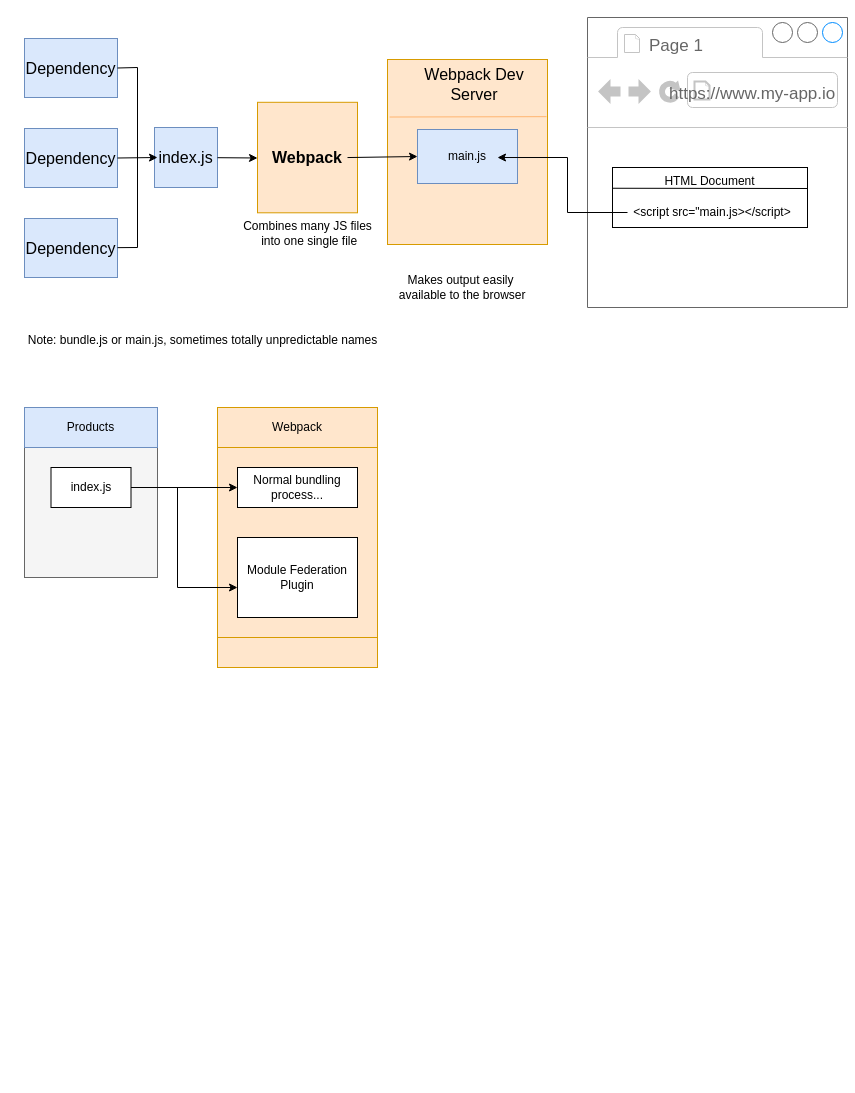
The draw.io diagram page "Webpack" (2 of 3) of ui/micro/integration/Frontend-Integration.drawio in afflato/system, before the edit. Source tidied: cells renumbered, new cells numbered last; positions are measured from the earlier drawing's top-left corner, leaving out a move shared by most shapes. Both pictures are drawn from the tidied source at 100%, with x=0, y=0 at pixel (17, 17).
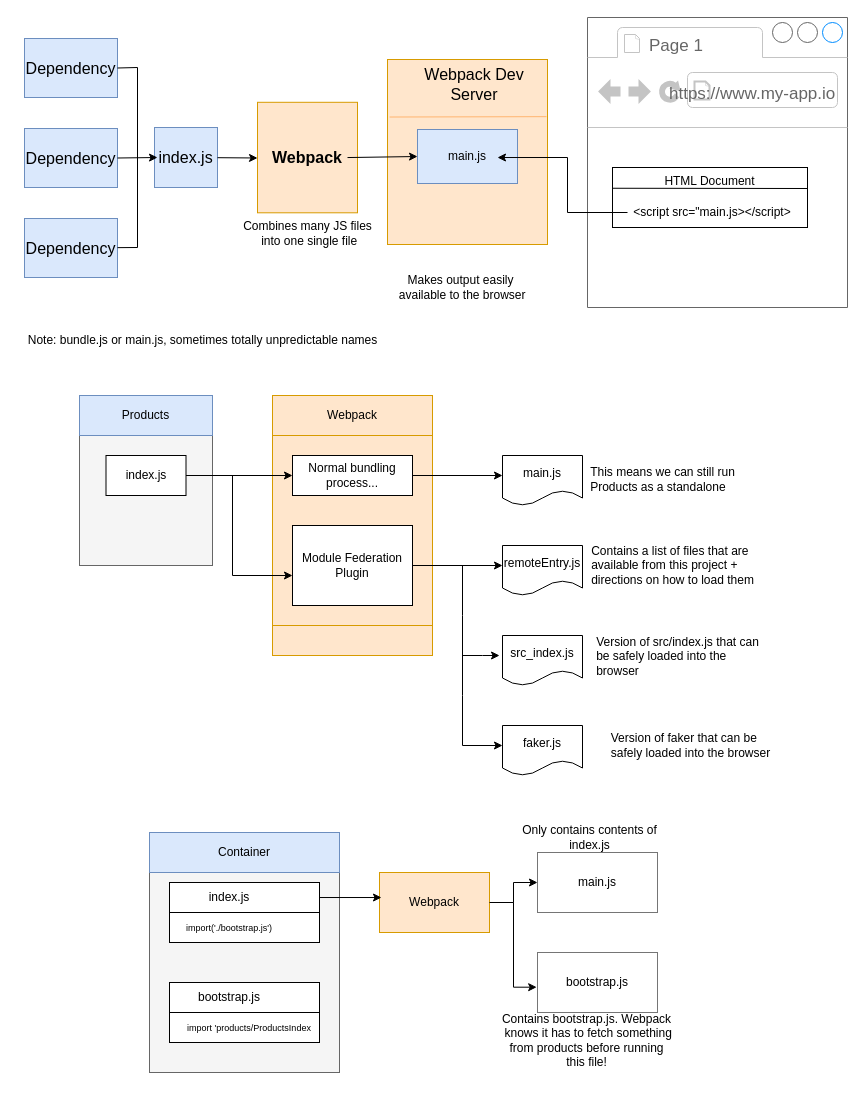
Above is the later version.

Unchanged cells that the change refers to:
```xml
<mxCell id="28" value="index.js" style="rounded=0;whiteSpace=wrap;html=1;" parent="25" vertex="1">
  <mxGeometry x="26.5" y="60" width="80" height="40" as="geometry" />
</mxCell>
```

Change to the diagram source:
```diff
@@
     <mxCell id="25" style="group;" parent="1" vertex="1">
-      <mxGeometry x="7" y="390" width="133" height="170" as="geometry" />
+      <mxGeometry x="62" y="378" width="133" height="170" as="geometry" />
     </mxCell>
@@
     <mxCell id="29" style="group;fillColor=#ffe6cc;strokeColor=#d79b00;" parent="1" vertex="1">
-      <mxGeometry x="200" y="390" width="160" height="260" as="geometry" />
+      <mxGeometry x="255" y="378" width="160" height="260" as="geometry" />
     </mxCell>
     <mxCell id="30" style="rounded=0;whiteSpace=wrap;html=1;fillColor=#ffe6cc;strokeColor=#d79b00;" parent="1" vertex="1">
-      <mxGeometry x="200" y="390" width="160" height="230" as="geometry" />
+      <mxGeometry x="255" y="378" width="160" height="230" as="geometry" />
     </mxCell>
     <mxCell id="31" value="Webpack" style="rounded=0;whiteSpace=wrap;html=1;fillColor=#ffe6cc;strokeColor=#d79b00;" parent="1" vertex="1">
-      <mxGeometry x="200" y="390" width="160" height="40" as="geometry" />
+      <mxGeometry x="255" y="378" width="160" height="40" as="geometry" />
     </mxCell>
     <mxCell id="32" value="Normal bundling process..." style="rounded=0;whiteSpace=wrap;html=1;" parent="1" vertex="1">
-      <mxGeometry x="220" y="450" width="120" height="40" as="geometry" />
+      <mxGeometry x="275" y="438" width="120" height="40" as="geometry" />
     </mxCell>
     <mxCell id="33" value="Module Federation Plugin" style="rounded=0;whiteSpace=wrap;html=1;" parent="1" vertex="1">
-      <mxGeometry x="220" y="520" width="120" height="80" as="geometry" />
+      <mxGeometry x="275" y="508" width="120" height="80" as="geometry" />
     </mxCell>
     <mxCell id="34" style="endArrow=classic;html=1;rounded=0;exitX=1;exitY=0.5;exitDx=0;exitDy=0;" parent="1" edge="1" source="28">
       <mxGeometry relative="1" as="geometry">
-        <mxPoint x="220" y="470" as="targetPoint" />
+        <mxPoint x="275" y="458" as="targetPoint" />
       </mxGeometry>
     </mxCell>
     <mxCell id="35" style="endArrow=classic;html=1;rounded=0;" parent="1" edge="1">
       <mxGeometry relative="1" as="geometry">
-        <mxPoint x="160" y="470" as="sourcePoint" />
-        <mxPoint x="220" y="570" as="targetPoint" />
+        <mxPoint x="215" y="458" as="sourcePoint" />
+        <mxPoint x="275" y="558" as="targetPoint" />
         <Array as="points">
-          <mxPoint x="160" y="570" />
+          <mxPoint x="215" y="558" />
         </Array>
       </mxGeometry>
     </mxCell>
+    <mxCell id="36" value="main.js" style="shape=document;whiteSpace=wrap;html=1;boundedLbl=1;" parent="1" vertex="1">
+      <mxGeometry x="485" y="438" width="80" height="50" as="geometry" />
+    </mxCell>
+    <mxCell id="37" value="remoteEntry.js" style="shape=document;whiteSpace=wrap;html=1;boundedLbl=1;" parent="1" vertex="1">
+      <mxGeometry x="485" y="528" width="80" height="50" as="geometry" />
+    </mxCell>
+    <mxCell id="38" value="src_index.js" style="shape=document;whiteSpace=wrap;html=1;boundedLbl=1;" parent="1" vertex="1">
+      <mxGeometry x="485" y="618" width="80" height="50" as="geometry" />
+    </mxCell>
+    <mxCell id="39" value="faker.js" style="shape=document;whiteSpace=wrap;html=1;boundedLbl=1;" parent="1" vertex="1">
+      <mxGeometry x="485" y="708" width="80" height="50" as="geometry" />
+    </mxCell>
+    <mxCell id="40" style="endArrow=classic;html=1;rounded=0;exitX=1;exitY=0.5;exitDx=0;exitDy=0;" parent="1" edge="1" source="32">
+      <mxGeometry relative="1" as="geometry">
+        <mxPoint x="485" y="458" as="targetPoint" />
+      </mxGeometry>
+    </mxCell>
+    <mxCell id="41" style="endArrow=classic;html=1;rounded=0;exitX=1;exitY=0.5;exitDx=0;exitDy=0;" parent="1" edge="1">
+      <mxGeometry relative="1" as="geometry">
+        <mxPoint x="395" y="548" as="sourcePoint" />
+        <mxPoint x="485" y="548" as="targetPoint" />
+      </mxGeometry>
+    </mxCell>
+    <mxCell id="42" style="endArrow=classic;html=1;rounded=0;entryX=-0.037;entryY=0.4;entryDx=0;entryDy=0;entryPerimeter=0;" parent="1" edge="1" target="38">
+      <mxGeometry relative="1" as="geometry">
+        <mxPoint x="445" y="548" as="sourcePoint" />
+        <Array as="points">
+          <mxPoint x="445" y="598" />
+          <mxPoint x="445" y="638" />
+          <mxPoint x="465" y="638" />
+        </Array>
+      </mxGeometry>
+    </mxCell>
+    <mxCell id="43" style="endArrow=classic;html=1;rounded=0;" parent="1" edge="1">
+      <mxGeometry relative="1" as="geometry">
+        <mxPoint x="445" y="628" as="sourcePoint" />
+        <mxPoint x="485" y="728" as="targetPoint" />
+        <Array as="points">
+          <mxPoint x="445" y="678" />
+          <mxPoint x="445" y="728" />
+        </Array>
+      </mxGeometry>
+    </mxCell>
+    <mxCell id="44" value="&lt;div style=&quot;text-align: justify;&quot;&gt;&lt;span style=&quot;background-color: initial;&quot;&gt;This means we can still run&lt;/span&gt;&lt;/div&gt;&lt;div style=&quot;text-align: justify;&quot;&gt;&lt;span style=&quot;background-color: initial;&quot;&gt;Products as a standalone&lt;/span&gt;&lt;/div&gt;" style="text;html=1;align=center;verticalAlign=middle;strokeColor=none;fillColor=none;" parent="1" vertex="1">
+      <mxGeometry x="560" y="442" width="170" height="40" as="geometry" />
+    </mxCell>
+    <mxCell id="45" value="&lt;div style=&quot;text-align: justify;&quot;&gt;Contains a list of files that are&amp;nbsp;&lt;/div&gt;&lt;div style=&quot;text-align: justify;&quot;&gt;available from this project +&amp;nbsp;&lt;/div&gt;&lt;div style=&quot;text-align: justify;&quot;&gt;directions on how to load them&lt;/div&gt;" style="text;html=1;align=center;verticalAlign=middle;strokeColor=none;fillColor=none;" parent="1" vertex="1">
+      <mxGeometry x="560" y="518" width="190" height="60" as="geometry" />
+    </mxCell>
+    <mxCell id="46" value="&lt;div style=&quot;text-align: justify;&quot;&gt;Version of src/index.js that can&lt;/div&gt;&lt;div style=&quot;text-align: justify;&quot;&gt;be&amp;nbsp;&lt;span style=&quot;background-color: initial;&quot;&gt;safely loaded into the&amp;nbsp;&lt;/span&gt;&lt;/div&gt;&lt;div style=&quot;text-align: justify;&quot;&gt;&lt;span style=&quot;background-color: initial;&quot;&gt;browser&lt;/span&gt;&lt;/div&gt;" style="text;html=1;align=center;verticalAlign=middle;strokeColor=none;fillColor=none;" parent="1" vertex="1">
+      <mxGeometry x="565" y="609" width="190" height="60" as="geometry" />
+    </mxCell>
+    <mxCell id="47" value="&lt;div style=&quot;text-align: justify;&quot;&gt;Version of faker that can be&lt;/div&gt;&lt;div style=&quot;text-align: justify;&quot;&gt;safely loaded into the browser&lt;/div&gt;" style="text;html=1;align=center;verticalAlign=middle;strokeColor=none;fillColor=none;" parent="1" vertex="1">
+      <mxGeometry x="583" y="708" width="180" height="40" as="geometry" />
+    </mxCell>
+    <mxCell id="48" style="rounded=0;whiteSpace=wrap;html=1;fillColor=#f5f5f5;strokeColor=#666666;fontColor=#333333;" parent="1" vertex="1">
+      <mxGeometry x="132" y="815" width="190" height="240" as="geometry" />
+    </mxCell>
+    <mxCell id="49" style="edgeStyle=orthogonalEdgeStyle;rounded=0;jettySize=auto;html=1;entryX=0;entryY=0.5;entryDx=0;entryDy=0;" parent="1" edge="1" source="50" target="62">
+      <mxGeometry relative="1" as="geometry" />
+    </mxCell>
+    <mxCell id="50" value="Webpack" style="rounded=0;whiteSpace=wrap;html=1;fillColor=#ffe6cc;strokeColor=#d79b00;" parent="1" vertex="1">
+      <mxGeometry x="362" y="855" width="110" height="60" as="geometry" />
+    </mxCell>
+    <mxCell id="51" value="Container" style="rounded=0;whiteSpace=wrap;html=1;fillColor=#dae8fc;strokeColor=#6c8ebf;" parent="1" vertex="1">
+      <mxGeometry x="132" y="815" width="190" height="40" as="geometry" />
+    </mxCell>
+    <mxCell id="52" style="group;" parent="1" vertex="1">
+      <mxGeometry x="152" y="865" width="150" height="60" as="geometry" />
+    </mxCell>
+    <mxCell id="53" style="rounded=0;whiteSpace=wrap;html=1;" parent="52" vertex="1">
+      <mxGeometry width="150" height="60" as="geometry" />
+    </mxCell>
+    <mxCell id="54" style="rounded=0;whiteSpace=wrap;html=1;" parent="52" vertex="1">
+      <mxGeometry width="150" height="30" as="geometry" />
+    </mxCell>
+    <mxCell id="55" value="index.js" style="text;html=1;strokeColor=none;fillColor=none;align=center;verticalAlign=middle;whiteSpace=wrap;rounded=0;" parent="52" vertex="1">
+      <mxGeometry x="30" width="60" height="30" as="geometry" />
+    </mxCell>
+    <mxCell id="56" value="&lt;font style=&quot;font-size: 9px;&quot;&gt;import('./bootstrap.js')&lt;/font&gt;" style="text;html=1;strokeColor=none;fillColor=none;align=center;verticalAlign=middle;whiteSpace=wrap;rounded=0;" parent="52" vertex="1">
+      <mxGeometry x="30" y="30" width="60" height="30" as="geometry" />
+    </mxCell>
+    <mxCell id="57" style="group;" parent="1" vertex="1">
+      <mxGeometry x="152" y="965" width="150" height="60" as="geometry" />
+    </mxCell>
+    <mxCell id="58" style="rounded=0;whiteSpace=wrap;html=1;" parent="57" vertex="1">
+      <mxGeometry width="150" height="60" as="geometry" />
+    </mxCell>
+    <mxCell id="59" style="rounded=0;whiteSpace=wrap;html=1;" parent="57" vertex="1">
+      <mxGeometry width="150" height="30" as="geometry" />
+    </mxCell>
+    <mxCell id="60" value="bootstrap.js" style="text;html=1;strokeColor=none;fillColor=none;align=center;verticalAlign=middle;whiteSpace=wrap;rounded=0;" parent="57" vertex="1">
+      <mxGeometry x="30" width="60" height="30" as="geometry" />
+    </mxCell>
+    <mxCell id="61" value="&lt;font style=&quot;font-size: 9px;&quot;&gt;import 'products/ProductsIndex&lt;/font&gt;" style="text;html=1;strokeColor=none;fillColor=none;align=center;verticalAlign=middle;whiteSpace=wrap;rounded=0;" parent="57" vertex="1">
+      <mxGeometry x="10" y="30" width="140" height="30" as="geometry" />
+    </mxCell>
+    <mxCell id="62" value="main.js" style="rounded=0;whiteSpace=wrap;html=1;strokeColor=#757575;" parent="1" vertex="1">
+      <mxGeometry x="520" y="835" width="120" height="60" as="geometry" />
+    </mxCell>
+    <mxCell id="63" value="bootstrap.js" style="rounded=0;whiteSpace=wrap;html=1;strokeColor=#757575;" parent="1" vertex="1">
+      <mxGeometry x="520" y="935" width="120" height="60" as="geometry" />
+    </mxCell>
+    <mxCell id="64" style="edgeStyle=orthogonalEdgeStyle;rounded=0;jettySize=auto;html=1;entryX=0.018;entryY=0.417;entryDx=0;entryDy=0;entryPerimeter=0;" parent="1" edge="1" source="54" target="50">
+      <mxGeometry relative="1" as="geometry" />
+    </mxCell>
+    <mxCell id="65" style="edgeStyle=orthogonalEdgeStyle;rounded=0;jettySize=auto;html=1;entryX=-0.007;entryY=0.578;entryDx=0;entryDy=0;entryPerimeter=0;" parent="1" edge="1" source="50" target="63">
+      <mxGeometry relative="1" as="geometry" />
+    </mxCell>
+    <mxCell id="66" value="Only contains contents of &lt;br&gt;index.js" style="text;html=1;align=center;verticalAlign=middle;strokeColor=none;fillColor=none;" parent="1" vertex="1">
+      <mxGeometry x="492" y="800" width="160" height="40" as="geometry" />
+    </mxCell>
+    <mxCell id="67" value="Contains bootstrap.js. Webpack&lt;br&gt;&amp;nbsp;knows it has to fetch something &lt;br&gt;from products before running &lt;br&gt;this file!" style="text;html=1;align=center;verticalAlign=middle;strokeColor=none;fillColor=none;" parent="1" vertex="1">
+      <mxGeometry x="474" y="988" width="190" height="70" as="geometry" />
+    </mxCell>
```
